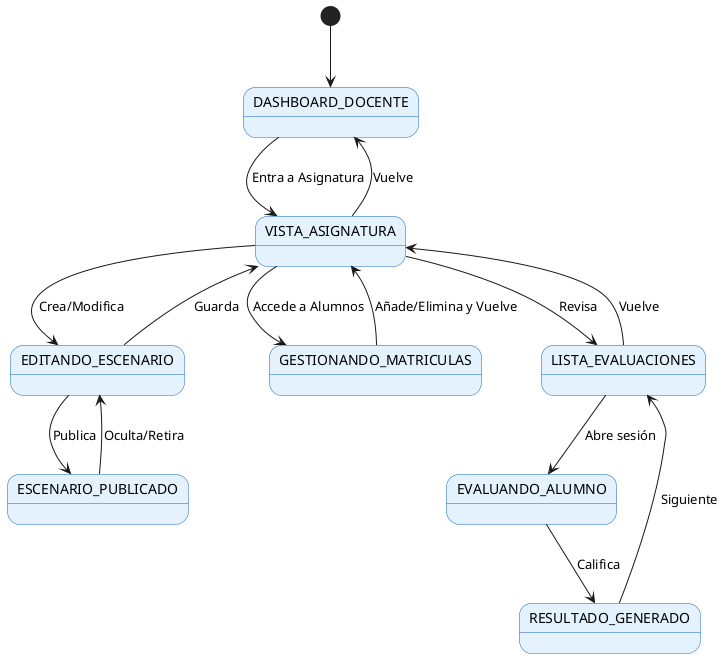
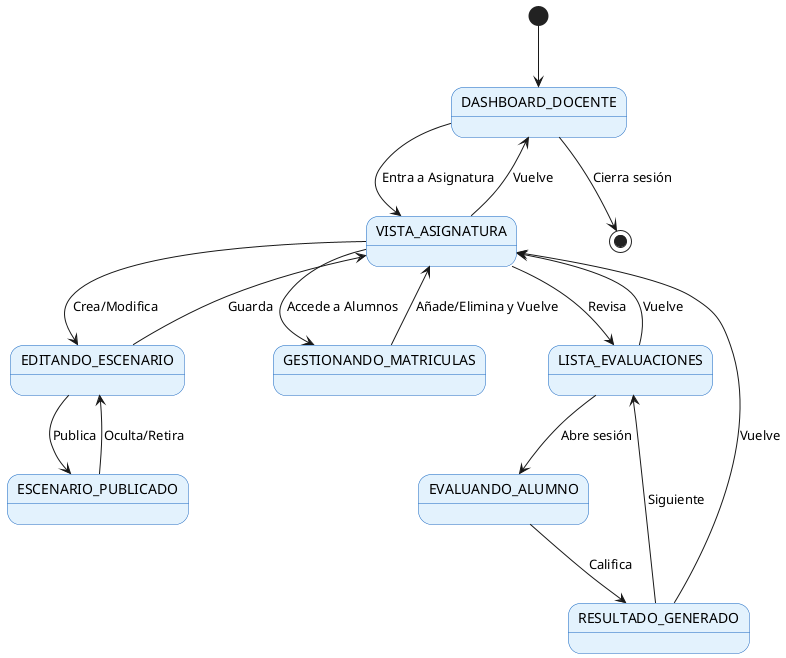
@startuml
skinparam stateBackgroundColor #E3F2FD
skinparam stateBorderColor #1565C0

[*] --> DASHBOARD_DOCENTE

DASHBOARD_DOCENTE --> VISTA_ASIGNATURA : Entra a Asignatura
VISTA_ASIGNATURA --> DASHBOARD_DOCENTE : Vuelve

' Rama 1: Gestión de Escenarios
VISTA_ASIGNATURA --> EDITANDO_ESCENARIO : Crea/Modifica
EDITANDO_ESCENARIO --> VISTA_ASIGNATURA : Guarda

EDITANDO_ESCENARIO --> ESCENARIO_PUBLICADO : Publica
ESCENARIO_PUBLICADO --> EDITANDO_ESCENARIO : Oculta/Retira

- ' Rama 2: Gestión de Matrículas (NUEVO)
+ ' Rama 2: Gestión de Matrículas
VISTA_ASIGNATURA --> GESTIONANDO_MATRICULAS : Accede a Alumnos
GESTIONANDO_MATRICULAS --> VISTA_ASIGNATURA : Añade/Elimina y Vuelve

' Rama 3: Centro de Evaluaciones
VISTA_ASIGNATURA --> LISTA_EVALUACIONES : Revisa
LISTA_EVALUACIONES --> VISTA_ASIGNATURA : Vuelve

LISTA_EVALUACIONES --> EVALUANDO_ALUMNO : Abre sesión
EVALUANDO_ALUMNO --> RESULTADO_GENERADO : Califica
RESULTADO_GENERADO --> LISTA_EVALUACIONES : Siguiente
+ RESULTADO_GENERADO --> VISTA_ASIGNATURA : Vuelve
+ 
+ ' Cierre de sesión
+ DASHBOARD_DOCENTE --> [*] : Cierra sesión

@enduml